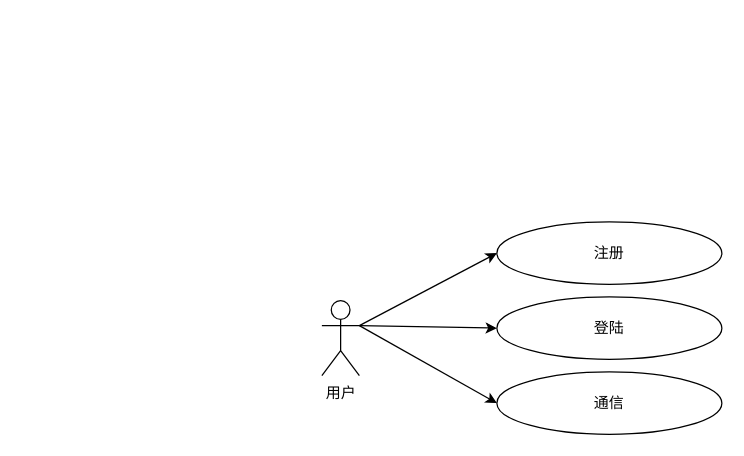
The draw.io diagram 答辩.drawio in fengyouliang/drawio, before the edit. Source tidied: cells renumbered, new cells numbered last; positions are measured from the earlier drawing's top-left corner, leaving out a move shared by most shapes. Both pictures are drawn from the tidied source at 125%, with x=0, y=0 at pixel (321, 221).
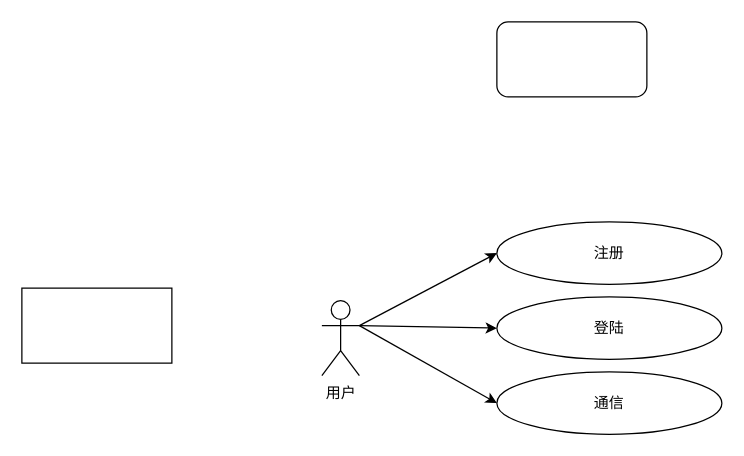
After the change.

The edit, as a diff of the source:
```diff
@@
 <mxGraphModel>
   <root>
     <mxCell id="0" />
     <mxCell id="1" parent="0" />
     <mxCell id="2" style="rounded=0;jettySize=auto;html=1;exitX=1;exitY=0.3333333333333333;exitDx=0;exitDy=0;exitPerimeter=0;entryX=0;entryY=0.5;entryDx=0;entryDy=0;" parent="1" edge="1" source="5" target="6">
       <mxGeometry relative="1" as="geometry" />
     </mxCell>
     <mxCell id="3" style="rounded=0;jettySize=auto;html=1;exitX=1;exitY=0.3333333333333333;exitDx=0;exitDy=0;exitPerimeter=0;entryX=0;entryY=0.5;entryDx=0;entryDy=0;" parent="1" edge="1" source="5" target="7">
       <mxGeometry relative="1" as="geometry" />
     </mxCell>
     <mxCell id="4" style="rounded=0;jettySize=auto;html=1;exitX=1;exitY=0.3333333333333333;exitDx=0;exitDy=0;exitPerimeter=0;entryX=0;entryY=0.5;entryDx=0;entryDy=0;" parent="1" edge="1" source="5" target="8">
       <mxGeometry relative="1" as="geometry" />
     </mxCell>
     <mxCell id="5" value="用户" style="shape=umlActor;verticalLabelPosition=bottom;verticalAlign=top;html=1;outlineConnect=0;" parent="1" vertex="1">
       <mxGeometry y="63" width="30" height="60" as="geometry" />
     </mxCell>
     <mxCell id="6" value="注册" style="ellipse;whiteSpace=wrap;html=1;" parent="1" vertex="1">
       <mxGeometry x="140" width="180" height="50" as="geometry" />
     </mxCell>
     <mxCell id="7" value="登陆" style="ellipse;whiteSpace=wrap;html=1;" parent="1" vertex="1">
       <mxGeometry x="140" y="60" width="180" height="50" as="geometry" />
     </mxCell>
     <mxCell id="8" value="通信" style="ellipse;whiteSpace=wrap;html=1;" parent="1" vertex="1">
       <mxGeometry x="140" y="120" width="180" height="50" as="geometry" />
     </mxCell>
+    <mxCell id="9" style="rounded=1;whiteSpace=wrap;html=1;" parent="1" vertex="1">
+      <mxGeometry x="140" y="-160" width="120" height="60" as="geometry" />
+    </mxCell>
+    <mxCell id="10" style="rounded=0;whiteSpace=wrap;html=1;" parent="1" vertex="1">
+      <mxGeometry x="-240" y="53" width="120" height="60" as="geometry" />
+    </mxCell>
   </root>
 </mxGraphModel>
```
